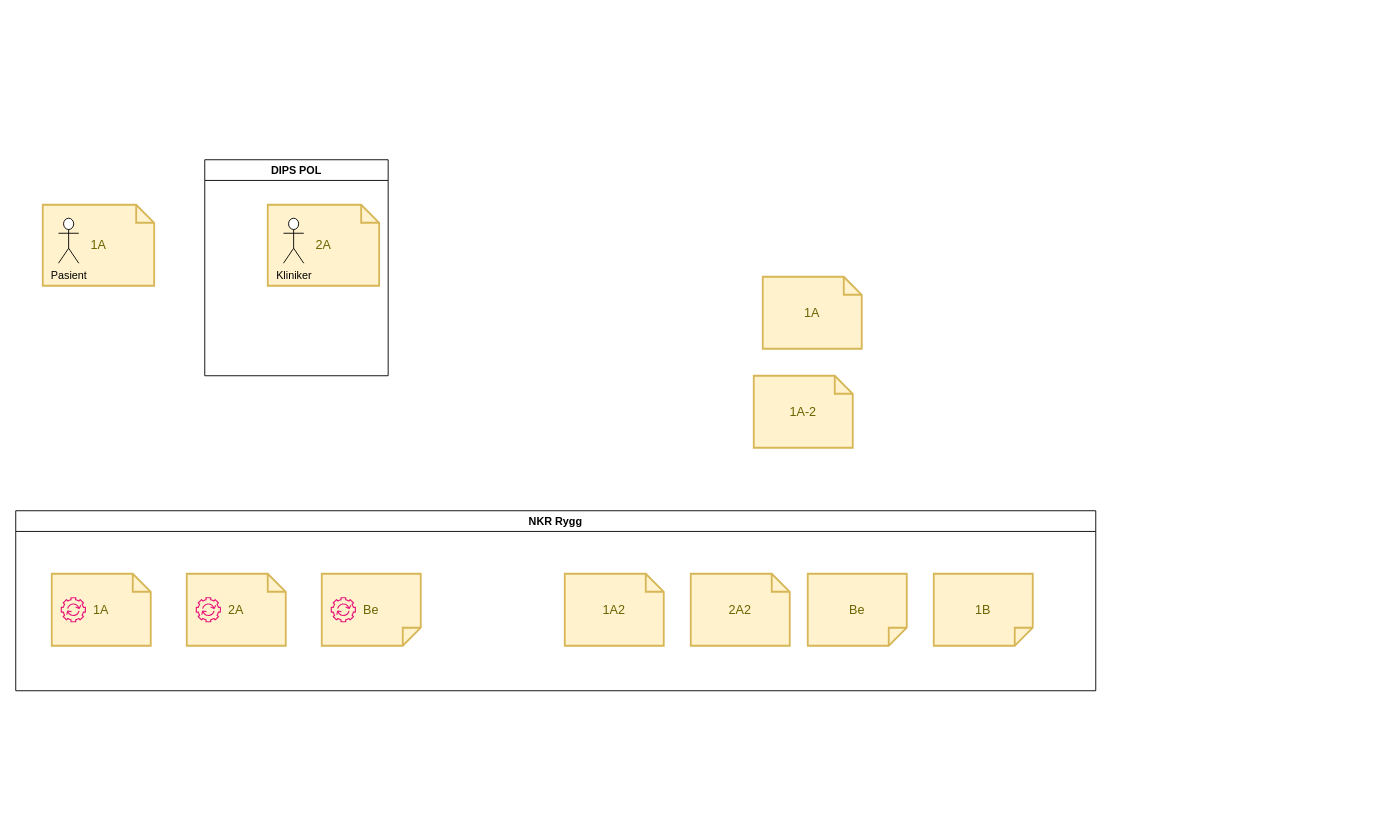
Before: NKR Rygg prosess.drawio in arnemagnussandvik/Drawio, a draw.io diagram. Source tidied: cells renumbered, new cells numbered last; positions are measured from the earlier drawing's top-left corner, leaving out a move shared by most shapes. Both pictures are drawn from the tidied source at 90%, with x=0, y=0 at pixel (15, 159).
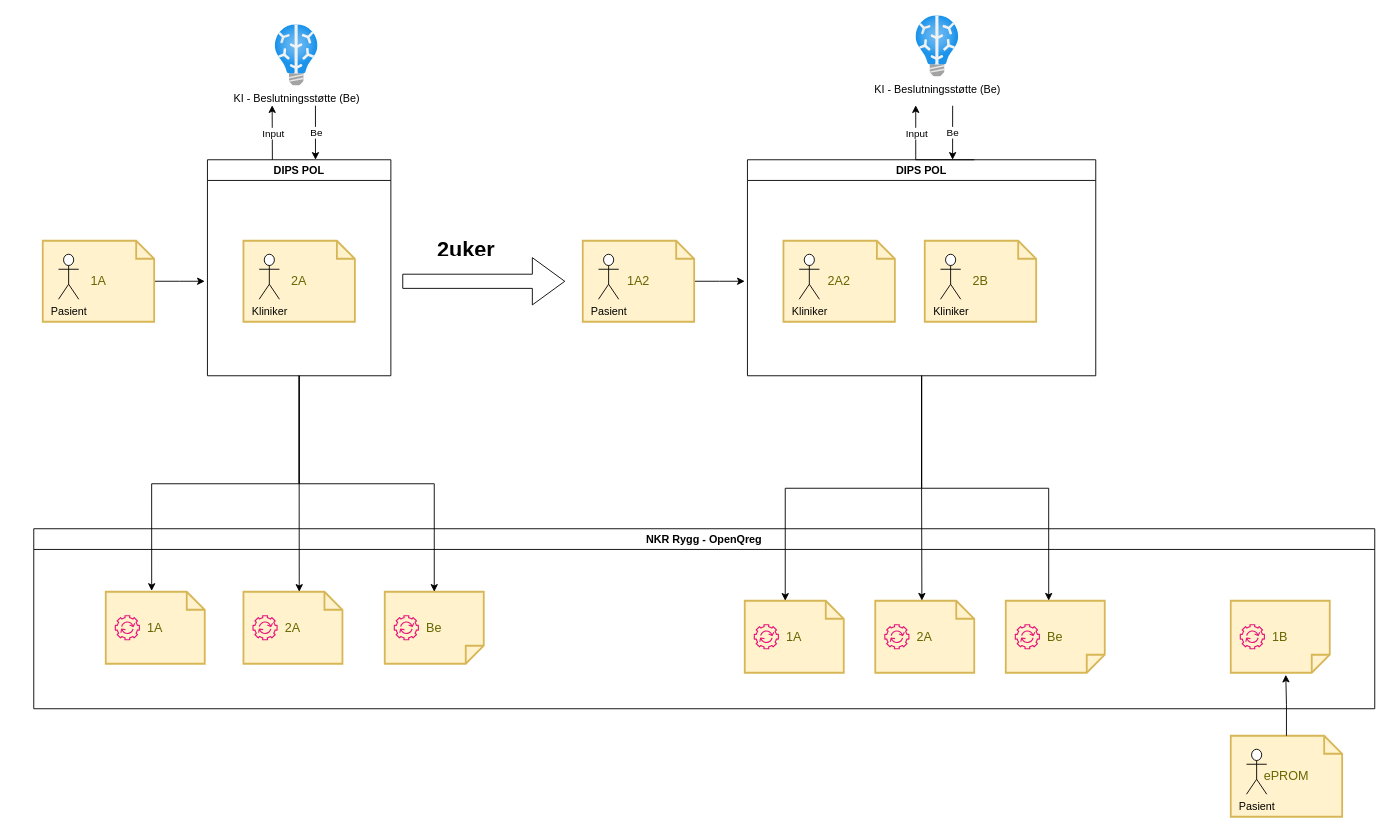
The same diagram, later.

The change refers to these unchanged cells:
```xml
<mxCell id="20" value="1A" style="shape=note;strokeWidth=2;fontSize=14;size=20;whiteSpace=wrap;html=1;fillColor=#fff2cc;strokeColor=#d6b656;fontColor=#666600;" parent="19" vertex="1">
  <mxGeometry width="123.8" height="90" as="geometry" />
</mxCell>
```

What changed in the source:
```diff
@@
+    <mxCell id="4" value="NKR Rygg - OpenQreg" style="swimlane;whiteSpace=wrap;html=1;" parent="1" vertex="1">
+      <mxGeometry x="20" y="410" width="1490" height="200" as="geometry" />
+    </mxCell>
+    <mxCell id="11" value="1B" style="shape=note;strokeWidth=2;fontSize=14;size=20;whiteSpace=wrap;html=1;fillColor=#fff2cc;strokeColor=#d6b656;fontColor=#666600;flipV=1;" parent="4" vertex="1">
+      <mxGeometry x="1330" y="80" width="110" height="80" as="geometry" />
+    </mxCell>
+    <mxCell id="22" style="group;" parent="4" vertex="1">
+      <mxGeometry x="240" y="70" width="110" height="80" as="geometry" />
+    </mxCell>
+    <mxCell id="13" style="sketch=0;fontColor=#232F3E;gradientColor=none;fillColor=#E7157B;strokeColor=none;dashed=0;verticalLabelPosition=bottom;verticalAlign=top;align=center;html=1;fontSize=12;fontStyle=0;shape=mxgraph.aws4.automation;" parent="22" vertex="1">
+      <mxGeometry x="10" y="26" width="28" height="28" as="geometry" />
+    </mxCell>
+    <mxCell id="23" style="group;" parent="22" vertex="1">
+      <mxGeometry x="-7" width="110" height="80" as="geometry" />
+    </mxCell>
+    <mxCell id="24" value="2A" style="shape=note;strokeWidth=2;fontSize=14;size=20;whiteSpace=wrap;html=1;fillColor=#fff2cc;strokeColor=#d6b656;fontColor=#666600;" parent="23" vertex="1">
+      <mxGeometry width="110" height="80" as="geometry" />
+    </mxCell>
+    <mxCell id="25" style="sketch=0;fontColor=#232F3E;gradientColor=none;fillColor=#E7157B;strokeColor=none;dashed=0;verticalLabelPosition=bottom;verticalAlign=top;align=center;html=1;fontSize=12;fontStyle=0;shape=mxgraph.aws4.automation;" parent="23" vertex="1">
+      <mxGeometry x="10" y="26" width="28" height="28" as="geometry" />
+    </mxCell>
+    <mxCell id="26" style="group;" parent="4" vertex="1">
+      <mxGeometry x="390" y="70" width="110" height="80" as="geometry" />
+    </mxCell>
+    <mxCell id="7" value="Be" style="shape=note;strokeWidth=2;fontSize=14;size=20;whiteSpace=wrap;html=1;fillColor=#fff2cc;strokeColor=#d6b656;fontColor=#666600;flipV=1;" parent="26" vertex="1">
+      <mxGeometry width="110" height="80" as="geometry" />
+    </mxCell>
+    <mxCell id="14" style="sketch=0;fontColor=#232F3E;gradientColor=none;fillColor=#E7157B;strokeColor=none;dashed=0;verticalLabelPosition=bottom;verticalAlign=top;align=center;html=1;fontSize=12;fontStyle=0;shape=mxgraph.aws4.automation;" parent="26" vertex="1">
+      <mxGeometry x="10" y="26" width="28" height="28" as="geometry" />
+    </mxCell>
+    <mxCell id="27" style="group;" parent="4" vertex="1">
+      <mxGeometry x="80" y="70" width="110" height="80" as="geometry" />
+    </mxCell>
+    <mxCell id="5" value="1A" style="shape=note;strokeWidth=2;fontSize=14;size=20;whiteSpace=wrap;html=1;fillColor=#fff2cc;strokeColor=#d6b656;fontColor=#666600;" parent="27" vertex="1">
+      <mxGeometry width="110" height="80" as="geometry" />
+    </mxCell>
+    <mxCell id="12" style="sketch=0;fontColor=#232F3E;gradientColor=none;fillColor=#E7157B;strokeColor=none;dashed=0;verticalLabelPosition=bottom;verticalAlign=top;align=center;html=1;fontSize=12;fontStyle=0;shape=mxgraph.aws4.automation;" parent="27" vertex="1">
+      <mxGeometry x="10" y="26" width="28" height="28" as="geometry" />
+    </mxCell>
+    <mxCell id="28" style="group;" parent="4" vertex="1">
+      <mxGeometry x="942" y="80" width="110" height="80" as="geometry" />
+    </mxCell>
+    <mxCell id="29" style="sketch=0;fontColor=#232F3E;gradientColor=none;fillColor=#E7157B;strokeColor=none;dashed=0;verticalLabelPosition=bottom;verticalAlign=top;align=center;html=1;fontSize=12;fontStyle=0;shape=mxgraph.aws4.automation;" parent="28" vertex="1">
+      <mxGeometry x="10" y="26" width="28" height="28" as="geometry" />
+    </mxCell>
+    <mxCell id="30" style="group;" parent="28" vertex="1">
+      <mxGeometry x="-7" width="110" height="80" as="geometry" />
+    </mxCell>
+    <mxCell id="31" value="2A" style="shape=note;strokeWidth=2;fontSize=14;size=20;whiteSpace=wrap;html=1;fillColor=#fff2cc;strokeColor=#d6b656;fontColor=#666600;" parent="30" vertex="1">
+      <mxGeometry width="110" height="80" as="geometry" />
+    </mxCell>
+    <mxCell id="32" style="sketch=0;fontColor=#232F3E;gradientColor=none;fillColor=#E7157B;strokeColor=none;dashed=0;verticalLabelPosition=bottom;verticalAlign=top;align=center;html=1;fontSize=12;fontStyle=0;shape=mxgraph.aws4.automation;" parent="30" vertex="1">
+      <mxGeometry x="10" y="26" width="28" height="28" as="geometry" />
+    </mxCell>
+    <mxCell id="33" style="group;" parent="4" vertex="1">
+      <mxGeometry x="1080" y="80" width="110" height="80" as="geometry" />
+    </mxCell>
+    <mxCell id="10" value="Be" style="shape=note;strokeWidth=2;fontSize=14;size=20;whiteSpace=wrap;html=1;fillColor=#fff2cc;strokeColor=#d6b656;fontColor=#666600;flipV=1;" parent="33" vertex="1">
+      <mxGeometry width="110" height="80" as="geometry" />
+    </mxCell>
+    <mxCell id="34" style="sketch=0;fontColor=#232F3E;gradientColor=none;fillColor=#E7157B;strokeColor=none;dashed=0;verticalLabelPosition=bottom;verticalAlign=top;align=center;html=1;fontSize=12;fontStyle=0;shape=mxgraph.aws4.automation;" parent="33" vertex="1">
+      <mxGeometry x="10" y="26" width="28" height="28" as="geometry" />
+    </mxCell>
+    <mxCell id="35" style="group;" parent="4" vertex="1">
+      <mxGeometry x="790" y="80" width="110" height="80" as="geometry" />
+    </mxCell>
-    <mxCell id="2" value="1A" style="shape=note;strokeWidth=2;fontSize=14;size=20;whiteSpace=wrap;html=1;fillColor=#fff2cc;strokeColor=#d6b656;fontColor=#666600;" parent="1" vertex="1">
-      <mxGeometry x="830" y="130" width="110" height="80" as="geometry" />
+    <mxCell id="2" value="1A" style="shape=note;strokeWidth=2;fontSize=14;size=20;whiteSpace=wrap;html=1;fillColor=#fff2cc;strokeColor=#d6b656;fontColor=#666600;" parent="35" vertex="1">
+      <mxGeometry width="110" height="80" as="geometry" />
     </mxCell>
-    <mxCell id="3" value="1A-2" style="shape=note;strokeWidth=2;fontSize=14;size=20;whiteSpace=wrap;html=1;fillColor=#fff2cc;strokeColor=#d6b656;fontColor=#666600;" parent="1" vertex="1">
-      <mxGeometry x="820" y="240" width="110" height="80" as="geometry" />
-    </mxCell>
-    <mxCell id="4" value="NKR Rygg" style="swimlane;whiteSpace=wrap;html=1;" parent="1" vertex="1">
-      <mxGeometry y="390" width="1200" height="200" as="geometry" />
-    </mxCell>
-    <mxCell id="5" value="1A" style="shape=note;strokeWidth=2;fontSize=14;size=20;whiteSpace=wrap;html=1;fillColor=#fff2cc;strokeColor=#d6b656;fontColor=#666600;" parent="4" vertex="1">
-      <mxGeometry x="40" y="70" width="110" height="80" as="geometry" />
-    </mxCell>
-    <mxCell id="6" value="2A" style="shape=note;strokeWidth=2;fontSize=14;size=20;whiteSpace=wrap;html=1;fillColor=#fff2cc;strokeColor=#d6b656;fontColor=#666600;" parent="4" vertex="1">
-      <mxGeometry x="190" y="70" width="110" height="80" as="geometry" />
-    </mxCell>
-    <mxCell id="7" value="Be" style="shape=note;strokeWidth=2;fontSize=14;size=20;whiteSpace=wrap;html=1;fillColor=#fff2cc;strokeColor=#d6b656;fontColor=#666600;flipV=1;" parent="4" vertex="1">
-      <mxGeometry x="340" y="70" width="110" height="80" as="geometry" />
-    </mxCell>
-    <mxCell id="8" value="1A2" style="shape=note;strokeWidth=2;fontSize=14;size=20;whiteSpace=wrap;html=1;fillColor=#fff2cc;strokeColor=#d6b656;fontColor=#666600;" parent="4" vertex="1">
-      <mxGeometry x="610" y="70" width="110" height="80" as="geometry" />
-    </mxCell>
-    <mxCell id="9" value="2A2" style="shape=note;strokeWidth=2;fontSize=14;size=20;whiteSpace=wrap;html=1;fillColor=#fff2cc;strokeColor=#d6b656;fontColor=#666600;" parent="4" vertex="1">
-      <mxGeometry x="750" y="70" width="110" height="80" as="geometry" />
-    </mxCell>
-    <mxCell id="10" value="Be" style="shape=note;strokeWidth=2;fontSize=14;size=20;whiteSpace=wrap;html=1;fillColor=#fff2cc;strokeColor=#d6b656;fontColor=#666600;flipV=1;" parent="4" vertex="1">
-      <mxGeometry x="880" y="70" width="110" height="80" as="geometry" />
-    </mxCell>
-    <mxCell id="11" value="1B" style="shape=note;strokeWidth=2;fontSize=14;size=20;whiteSpace=wrap;html=1;fillColor=#fff2cc;strokeColor=#d6b656;fontColor=#666600;flipV=1;" parent="4" vertex="1">
-      <mxGeometry x="1020" y="70" width="110" height="80" as="geometry" />
-    </mxCell>
-    <mxCell id="12" style="sketch=0;fontColor=#232F3E;gradientColor=none;fillColor=#E7157B;strokeColor=none;dashed=0;verticalLabelPosition=bottom;verticalAlign=top;align=center;html=1;fontSize=12;fontStyle=0;shape=mxgraph.aws4.automation;" parent="4" vertex="1">
-      <mxGeometry x="50" y="96" width="28" height="28" as="geometry" />
-    </mxCell>
-    <mxCell id="13" style="sketch=0;fontColor=#232F3E;gradientColor=none;fillColor=#E7157B;strokeColor=none;dashed=0;verticalLabelPosition=bottom;verticalAlign=top;align=center;html=1;fontSize=12;fontStyle=0;shape=mxgraph.aws4.automation;" parent="4" vertex="1">
-      <mxGeometry x="200" y="96" width="28" height="28" as="geometry" />
-    </mxCell>
-    <mxCell id="14" style="sketch=0;fontColor=#232F3E;gradientColor=none;fillColor=#E7157B;strokeColor=none;dashed=0;verticalLabelPosition=bottom;verticalAlign=top;align=center;html=1;fontSize=12;fontStyle=0;shape=mxgraph.aws4.automation;" parent="4" vertex="1">
-      <mxGeometry x="350" y="96" width="28" height="28" as="geometry" />
-    </mxCell>
+    <mxCell id="36" style="sketch=0;fontColor=#232F3E;gradientColor=none;fillColor=#E7157B;strokeColor=none;dashed=0;verticalLabelPosition=bottom;verticalAlign=top;align=center;html=1;fontSize=12;fontStyle=0;shape=mxgraph.aws4.automation;" parent="35" vertex="1">
+      <mxGeometry x="10" y="26" width="28" height="28" as="geometry" />
+    </mxCell>
+    <mxCell id="37" style="sketch=0;fontColor=#232F3E;gradientColor=none;fillColor=#E7157B;strokeColor=none;dashed=0;verticalLabelPosition=bottom;verticalAlign=top;align=center;html=1;fontSize=12;fontStyle=0;shape=mxgraph.aws4.automation;" parent="4" vertex="1">
+      <mxGeometry x="1340" y="106" width="28" height="28" as="geometry" />
+    </mxCell>
     <mxCell id="15" value="DIPS POL" style="swimlane;whiteSpace=wrap;html=1;" parent="1" vertex="1">
-      <mxGeometry x="210" width="203.8" height="240" as="geometry" />
+      <mxGeometry x="213" width="203.8" height="240" as="geometry" />
     </mxCell>
     <mxCell id="16" style="group;" parent="15" vertex="1">
-      <mxGeometry x="70" y="50" width="123.8" height="90" as="geometry" />
+      <mxGeometry x="40" y="90" width="123.8" height="90" as="geometry" />
     </mxCell>
@@
     <mxCell id="19" style="group;" parent="1" vertex="1">
-      <mxGeometry x="30" y="50" width="123.8" height="90" as="geometry" />
+      <mxGeometry x="30" y="90" width="123.8" height="90" as="geometry" />
     </mxCell>
+    <mxCell id="38" style="edgeStyle=orthogonalEdgeStyle;rounded=0;jettySize=auto;html=1;" parent="19" edge="1" source="20">
+      <mxGeometry relative="1" as="geometry">
+        <mxPoint x="180" y="45" as="targetPoint" />
+      </mxGeometry>
+    </mxCell>
@@
+    <mxCell id="39" value="KI - Beslutningsstøtte (Be)" style="image;html=1;align=center;fontSize=12;image=img/lib/azure2/ai_machine_learning/Batch_AI.svg;" parent="1" vertex="1">
+      <mxGeometry x="288" y="-150" width="48" height="68" as="geometry" />
+    </mxCell>
+    <mxCell id="40" style="endArrow=classic;html=1;rounded=0;edgeStyle=orthogonalEdgeStyle;exitX=0.354;exitY=0;exitDx=0;exitDy=0;exitPerimeter=0;" parent="1" edge="1" source="15">
+      <mxGeometry relative="1" as="geometry">
+        <mxPoint x="284.9" y="-60.5" as="targetPoint" />
+        <Array as="points">
+          <mxPoint x="285" />
+        </Array>
+      </mxGeometry>
+    </mxCell>
+    <mxCell id="41" value="Input" style="edgeLabel;html=1;align=center;verticalAlign=middle;" parent="40" vertex="1">
+      <mxGeometry relative="1" as="geometry" />
+    </mxCell>
+    <mxCell id="42" style="endArrow=classic;html=1;rounded=0;edgeStyle=orthogonalEdgeStyle;entryX=0.589;entryY=0;entryDx=0;entryDy=0;entryPerimeter=0;" parent="1" edge="1" target="15">
+      <mxGeometry relative="1" as="geometry">
+        <mxPoint x="333" y="-60" as="sourcePoint" />
+        <Array as="points">
+          <mxPoint x="333" y="-60" />
+        </Array>
+      </mxGeometry>
+    </mxCell>
+    <mxCell id="43" value="Be" style="edgeLabel;html=1;align=center;verticalAlign=middle;" parent="42" vertex="1">
+      <mxGeometry relative="1" as="geometry" />
+    </mxCell>
+    <mxCell id="44" style="edgeStyle=orthogonalEdgeStyle;rounded=0;jettySize=auto;html=1;entryX=0.5;entryY=0;entryDx=0;entryDy=0;entryPerimeter=0;" parent="1" edge="1" source="15">
+      <mxGeometry relative="1" as="geometry">
+        <mxPoint x="315" y="480" as="targetPoint" />
+      </mxGeometry>
+    </mxCell>
+    <mxCell id="45" style="edgeStyle=orthogonalEdgeStyle;rounded=0;jettySize=auto;html=1;entryX=0.5;entryY=1;entryDx=0;entryDy=0;entryPerimeter=0;" parent="1" edge="1" source="15" target="7">
+      <mxGeometry relative="1" as="geometry" />
+    </mxCell>
+    <mxCell id="46" style="edgeStyle=orthogonalEdgeStyle;rounded=0;jettySize=auto;html=1;entryX=0.464;entryY=-0.012;entryDx=0;entryDy=0;entryPerimeter=0;" parent="1" edge="1" source="15" target="5">
+      <mxGeometry relative="1" as="geometry">
+        <Array as="points">
+          <mxPoint x="315" y="360" />
+          <mxPoint x="151" y="360" />
+        </Array>
+      </mxGeometry>
+    </mxCell>
+    <mxCell id="47" value="DIPS POL" style="swimlane;whiteSpace=wrap;html=1;" parent="1" vertex="1">
+      <mxGeometry x="813" width="387" height="240" as="geometry" />
+    </mxCell>
+    <mxCell id="48" style="group;" parent="47" vertex="1">
+      <mxGeometry x="40" y="90" width="123.8" height="90" as="geometry" />
+    </mxCell>
+    <mxCell id="9" value="2A2" style="shape=note;strokeWidth=2;fontSize=14;size=20;whiteSpace=wrap;html=1;fillColor=#fff2cc;strokeColor=#d6b656;fontColor=#666600;" parent="48" vertex="1">
+      <mxGeometry width="123.8" height="90" as="geometry" />
+    </mxCell>
+    <mxCell id="49" value="Kliniker" style="shape=umlActor;verticalLabelPosition=bottom;verticalAlign=top;html=1;" parent="48" vertex="1">
+      <mxGeometry x="17.5" y="15" width="22.5" height="50" as="geometry" />
+    </mxCell>
+    <mxCell id="50" style="group;" parent="47" vertex="1">
+      <mxGeometry x="197" y="90" width="123.8" height="90" as="geometry" />
+    </mxCell>
+    <mxCell id="51" value="2B" style="shape=note;strokeWidth=2;fontSize=14;size=20;whiteSpace=wrap;html=1;fillColor=#fff2cc;strokeColor=#d6b656;fontColor=#666600;" parent="50" vertex="1">
+      <mxGeometry width="123.8" height="90" as="geometry" />
+    </mxCell>
+    <mxCell id="52" value="Kliniker" style="shape=umlActor;verticalLabelPosition=bottom;verticalAlign=top;html=1;" parent="50" vertex="1">
+      <mxGeometry x="17.5" y="15" width="22.5" height="50" as="geometry" />
+    </mxCell>
+    <mxCell id="53" style="group;" parent="1" vertex="1">
+      <mxGeometry x="630" y="90" width="123.8" height="90" as="geometry" />
+    </mxCell>
+    <mxCell id="54" style="edgeStyle=orthogonalEdgeStyle;rounded=0;jettySize=auto;html=1;" parent="53" edge="1" source="8">
+      <mxGeometry relative="1" as="geometry">
+        <mxPoint x="180" y="45" as="targetPoint" />
+      </mxGeometry>
+    </mxCell>
+    <mxCell id="8" value="1A2" style="shape=note;strokeWidth=2;fontSize=14;size=20;whiteSpace=wrap;html=1;fillColor=#fff2cc;strokeColor=#d6b656;fontColor=#666600;" parent="53" vertex="1">
+      <mxGeometry width="123.8" height="90" as="geometry" />
+    </mxCell>
+    <mxCell id="55" value="Pasient" style="shape=umlActor;verticalLabelPosition=bottom;verticalAlign=top;html=1;" parent="53" vertex="1">
+      <mxGeometry x="17.5" y="15" width="22.5" height="50" as="geometry" />
+    </mxCell>
+    <mxCell id="56" value="KI - Beslutningsstøtte (Be)" style="image;html=1;align=center;fontSize=12;image=img/lib/azure2/ai_machine_learning/Batch_AI.svg;" parent="1" vertex="1">
+      <mxGeometry x="1000" y="-160" width="48" height="68" as="geometry" />
+    </mxCell>
+    <mxCell id="57" style="endArrow=classic;html=1;rounded=0;edgeStyle=orthogonalEdgeStyle;exitX=0.354;exitY=0;exitDx=0;exitDy=0;exitPerimeter=0;" parent="1" edge="1">
+      <mxGeometry relative="1" as="geometry">
+        <mxPoint x="1065.1" as="sourcePoint" />
+        <mxPoint x="1000" y="-60.5" as="targetPoint" />
+        <Array as="points">
+          <mxPoint x="1000.1" />
+        </Array>
+      </mxGeometry>
+    </mxCell>
+    <mxCell id="58" value="Input" style="edgeLabel;html=1;align=center;verticalAlign=middle;" parent="57" vertex="1">
+      <mxGeometry relative="1" as="geometry">
+        <mxPoint x="-2" y="-30" as="offset" />
+      </mxGeometry>
+    </mxCell>
+    <mxCell id="59" style="endArrow=classic;html=1;rounded=0;edgeStyle=orthogonalEdgeStyle;entryX=0.589;entryY=0;entryDx=0;entryDy=0;entryPerimeter=0;" parent="1" edge="1" target="47">
+      <mxGeometry relative="1" as="geometry">
+        <mxPoint x="1041" y="-60" as="sourcePoint" />
+        <Array as="points">
+          <mxPoint x="1041" y="-60" />
+        </Array>
+      </mxGeometry>
+    </mxCell>
+    <mxCell id="60" value="Be" style="edgeLabel;html=1;align=center;verticalAlign=middle;" parent="59" vertex="1">
+      <mxGeometry relative="1" as="geometry" />
+    </mxCell>
+    <mxCell id="61" style="edgeStyle=orthogonalEdgeStyle;rounded=0;jettySize=auto;html=1;entryX=0.471;entryY=-0.002;entryDx=0;entryDy=0;entryPerimeter=0;exitX=0.5;exitY=1;exitDx=0;exitDy=0;" parent="1" edge="1" source="47" target="31">
+      <mxGeometry relative="1" as="geometry" />
+    </mxCell>
+    <mxCell id="62" style="edgeStyle=orthogonalEdgeStyle;rounded=0;jettySize=auto;html=1;entryX=0;entryY=0;entryDx=45.00000000000001;entryDy=0;entryPerimeter=0;" parent="1" edge="1" source="47" target="2">
+      <mxGeometry relative="1" as="geometry" />
+    </mxCell>
+    <mxCell id="63" style="edgeStyle=orthogonalEdgeStyle;rounded=0;jettySize=auto;html=1;entryX=0.434;entryY=1.002;entryDx=0;entryDy=0;entryPerimeter=0;" parent="1" edge="1" source="47" target="10">
+      <mxGeometry relative="1" as="geometry" />
+    </mxCell>
+    <mxCell id="64" style="group;" parent="1" vertex="1">
+      <mxGeometry x="1350" y="640" width="123.8" height="90" as="geometry" />
+    </mxCell>
+    <mxCell id="65" value="ePROM" style="shape=note;strokeWidth=2;fontSize=14;size=20;whiteSpace=wrap;html=1;fillColor=#fff2cc;strokeColor=#d6b656;fontColor=#666600;" parent="64" vertex="1">
+      <mxGeometry width="123.8" height="90" as="geometry" />
+    </mxCell>
+    <mxCell id="66" value="Pasient" style="shape=umlActor;verticalLabelPosition=bottom;verticalAlign=top;html=1;" parent="64" vertex="1">
+      <mxGeometry x="17.5" y="15" width="22.5" height="50" as="geometry" />
+    </mxCell>
+    <mxCell id="67" style="edgeStyle=orthogonalEdgeStyle;rounded=0;jettySize=auto;html=1;entryX=0.556;entryY=-0.028;entryDx=0;entryDy=0;entryPerimeter=0;" parent="1" edge="1" source="65" target="11">
+      <mxGeometry relative="1" as="geometry" />
+    </mxCell>
+    <mxCell id="68" style="shape=singleArrow;whiteSpace=wrap;html=1;" parent="1" vertex="1">
+      <mxGeometry x="430" y="108.8" width="180" height="52.5" as="geometry" />
+    </mxCell>
+    <mxCell id="69" value="2uker" style="text;strokeColor=none;fillColor=none;html=1;fontSize=24;fontStyle=1;verticalAlign=middle;align=center;" parent="1" vertex="1">
+      <mxGeometry x="450" y="80" width="100" height="40" as="geometry" />
+    </mxCell>
```
